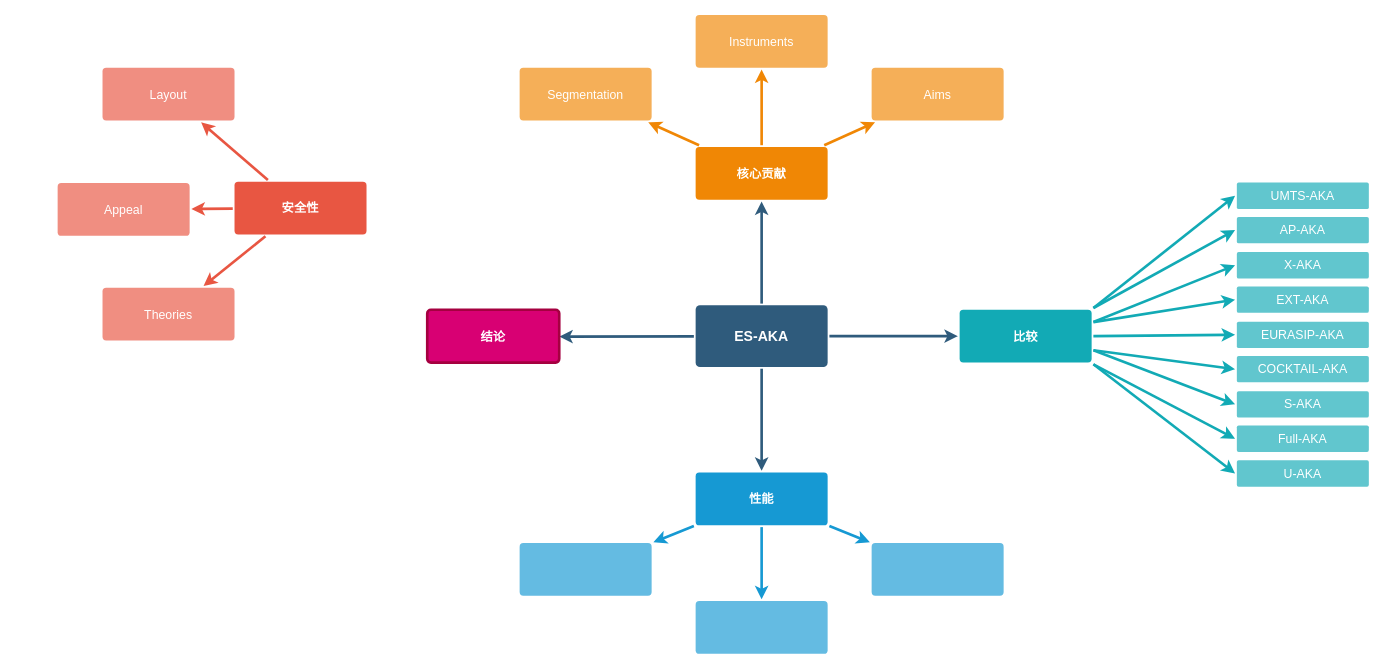
The draw.io diagram ES-AKA.drawio in cld4h/draw.io-documents, before the edit. Source tidied: cells renumbered, new cells numbered last; positions are measured from the earlier drawing's top-left corner, leaving out a move shared by most shapes. Both pictures are drawn from the tidied source at 88%, with x=0, y=0 at pixel (57, 14).
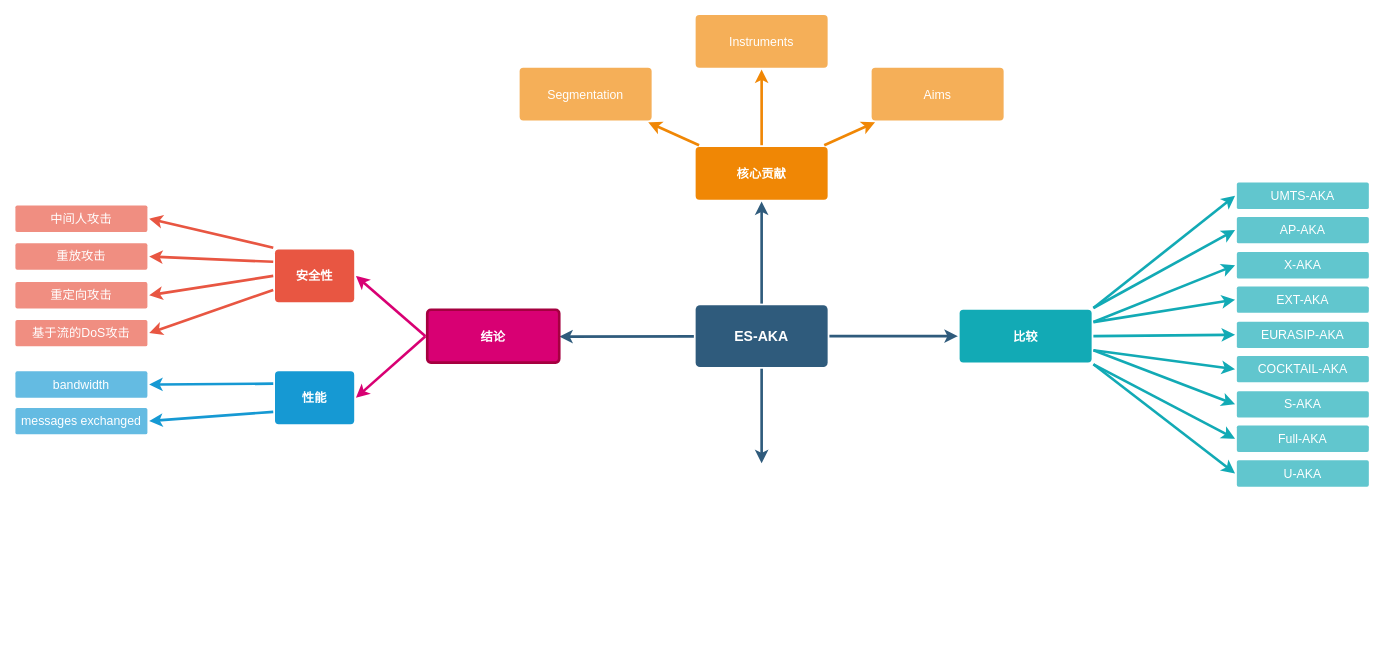
Above is the later version.

Unchanged cells that the change refers to:
```xml
<mxCell id="6" value="ES-AKA" style="rounded=1;whiteSpace=wrap;html=1;shadow=0;labelBackgroundColor=none;strokeColor=none;strokeWidth=3;fillColor=#2F5B7C;fontFamily=Helvetica;fontSize=16;fontColor=#FFFFFF;align=center;fontStyle=1;spacing=5;arcSize=7;perimeterSpacing=2;" parent="1" vertex="1">
  <mxGeometry x="725" y="330.5" width="150" height="70" as="geometry" />
</mxCell>
<mxCell id="37" value="结论" style="rounded=1;whiteSpace=wrap;html=1;shadow=0;labelBackgroundColor=none;strokeColor=#A50040;strokeWidth=3;fillColor=#d80073;fontFamily=Helvetica;fontSize=14;fontColor=#ffffff;align=center;spacing=5;fontStyle=1;arcSize=7;perimeterSpacing=2;" parent="1" vertex="1">
  <mxGeometry x="420" y="335.5" width="150" height="60" as="geometry" />
</mxCell>
```

What changed in the source:
```diff
@@
-    <mxCell id="4" style="edgeStyle=none;rounded=0;jumpStyle=none;html=1;shadow=0;labelBackgroundColor=none;startArrow=none;startFill=0;endArrow=classic;endFill=1;jettySize=auto;strokeColor=#2F5B7C;strokeWidth=3;fontFamily=Helvetica;fontSize=16;fontColor=#23445D;spacing=5;" parent="1" edge="1" source="6" target="17">
-      <mxGeometry relative="1" as="geometry" />
+    <mxCell id="4" style="edgeStyle=none;rounded=0;jumpStyle=none;html=1;shadow=0;labelBackgroundColor=none;startArrow=none;startFill=0;endArrow=classic;endFill=1;jettySize=auto;strokeColor=#2F5B7C;strokeWidth=3;fontFamily=Helvetica;fontSize=16;fontColor=#23445D;spacing=5;" parent="1" edge="1" source="6">
+      <mxGeometry relative="1" as="geometry">
+        <mxPoint x="800" y="510" as="targetPoint" />
+      </mxGeometry>
     </mxCell>
@@
-    <mxCell id="7" style="edgeStyle=none;rounded=1;jumpStyle=none;html=1;shadow=0;labelBackgroundColor=none;startArrow=none;startFill=0;jettySize=auto;strokeColor=#E85642;strokeWidth=3;fontFamily=Helvetica;fontSize=14;fontColor=#FFFFFF;spacing=5;fontStyle=1;fillColor=#b0e3e6;" parent="1" edge="1" source="10" target="13">
+    <mxCell id="7" style="edgeStyle=none;rounded=1;jumpStyle=none;html=1;shadow=0;labelBackgroundColor=none;startArrow=none;startFill=0;jettySize=auto;strokeColor=#E85642;strokeWidth=3;fontFamily=Helvetica;fontSize=14;fontColor=#FFFFFF;spacing=5;fontStyle=1;fillColor=#b0e3e6;exitX=0;exitY=0;exitDx=0;exitDy=0;entryX=1;entryY=0.5;entryDx=0;entryDy=0;" parent="1" edge="1" source="10" target="13">
       <mxGeometry relative="1" as="geometry" />
     </mxCell>
-    <mxCell id="8" style="edgeStyle=none;rounded=1;jumpStyle=none;html=1;shadow=0;labelBackgroundColor=none;startArrow=none;startFill=0;jettySize=auto;strokeColor=#E85642;strokeWidth=3;fontFamily=Helvetica;fontSize=14;fontColor=#FFFFFF;spacing=5;fontStyle=1;fillColor=#b0e3e6;" parent="1" edge="1" source="10" target="12">
+    <mxCell id="8" style="edgeStyle=none;rounded=1;jumpStyle=none;html=1;shadow=0;labelBackgroundColor=none;startArrow=none;startFill=0;jettySize=auto;strokeColor=#E85642;strokeWidth=3;fontFamily=Helvetica;fontSize=14;fontColor=#FFFFFF;spacing=5;fontStyle=1;fillColor=#b0e3e6;entryX=1;entryY=0.5;entryDx=0;entryDy=0;exitX=0;exitY=0.25;exitDx=0;exitDy=0;" parent="1" edge="1" source="10" target="12">
       <mxGeometry relative="1" as="geometry" />
     </mxCell>
-    <mxCell id="9" style="edgeStyle=none;rounded=1;jumpStyle=none;html=1;shadow=0;labelBackgroundColor=none;startArrow=none;startFill=0;jettySize=auto;strokeColor=#E85642;strokeWidth=3;fontFamily=Helvetica;fontSize=14;fontColor=#FFFFFF;spacing=5;fontStyle=1;fillColor=#b0e3e6;" parent="1" edge="1" source="10" target="11">
+    <mxCell id="9" style="edgeStyle=none;rounded=1;jumpStyle=none;html=1;shadow=0;labelBackgroundColor=none;startArrow=none;startFill=0;jettySize=auto;strokeColor=#E85642;strokeWidth=3;fontFamily=Helvetica;fontSize=14;fontColor=#FFFFFF;spacing=5;fontStyle=1;fillColor=#b0e3e6;exitX=0;exitY=0.5;exitDx=0;exitDy=0;entryX=1;entryY=0.5;entryDx=0;entryDy=0;" parent="1" edge="1" source="10" target="11">
       <mxGeometry relative="1" as="geometry" />
     </mxCell>
     <mxCell id="10" value="安全性" style="rounded=1;whiteSpace=wrap;html=1;shadow=0;labelBackgroundColor=none;strokeColor=none;strokeWidth=3;fillColor=#e85642;fontFamily=Helvetica;fontSize=14;fontColor=#FFFFFF;align=center;spacing=5;fontStyle=1;arcSize=7;perimeterSpacing=2;" parent="1" vertex="1">
-      <mxGeometry x="201" y="190" width="150" height="60" as="geometry" />
+      <mxGeometry x="247" y="267" width="90" height="60" as="geometry" />
     </mxCell>
-    <mxCell id="11" value="Theories" style="rounded=1;whiteSpace=wrap;html=1;shadow=0;labelBackgroundColor=none;strokeColor=none;strokeWidth=3;fillColor=#f08e81;fontFamily=Helvetica;fontSize=14;fontColor=#FFFFFF;align=center;spacing=5;fontStyle=0;arcSize=7;perimeterSpacing=2;" parent="1" vertex="1">
-      <mxGeometry x="51" y="310.5" width="150" height="60" as="geometry" />
+    <mxCell id="11" value="重定向攻击" style="rounded=1;whiteSpace=wrap;html=1;shadow=0;labelBackgroundColor=none;strokeColor=none;strokeWidth=3;fillColor=#f08e81;fontFamily=Helvetica;fontSize=14;fontColor=#FFFFFF;align=center;spacing=5;fontStyle=0;arcSize=7;perimeterSpacing=2;" parent="1" vertex="1">
+      <mxGeometry x="-48" y="304" width="150" height="30" as="geometry" />
     </mxCell>
-    <mxCell id="12" value="Appeal" style="rounded=1;whiteSpace=wrap;html=1;shadow=0;labelBackgroundColor=none;strokeColor=none;strokeWidth=3;fillColor=#f08e81;fontFamily=Helvetica;fontSize=14;fontColor=#FFFFFF;align=center;spacing=5;fontStyle=0;arcSize=7;perimeterSpacing=2;" parent="1" vertex="1">
-      <mxGeometry y="191.5" width="150" height="60" as="geometry" />
+    <mxCell id="12" value="重放攻击" style="rounded=1;whiteSpace=wrap;html=1;shadow=0;labelBackgroundColor=none;strokeColor=none;strokeWidth=3;fillColor=#f08e81;fontFamily=Helvetica;fontSize=14;fontColor=#FFFFFF;align=center;spacing=5;fontStyle=0;arcSize=7;perimeterSpacing=2;" parent="1" vertex="1">
+      <mxGeometry x="-48" y="260" width="150" height="30" as="geometry" />
     </mxCell>
-    <mxCell id="13" value="Layout" style="rounded=1;whiteSpace=wrap;html=1;shadow=0;labelBackgroundColor=none;strokeColor=none;strokeWidth=3;fillColor=#f08e81;fontFamily=Helvetica;fontSize=14;fontColor=#FFFFFF;align=center;spacing=5;fontStyle=0;arcSize=7;perimeterSpacing=2;" parent="1" vertex="1">
-      <mxGeometry x="51" y="60.5" width="150" height="60" as="geometry" />
+    <mxCell id="13" value="中间人攻击" style="rounded=1;whiteSpace=wrap;html=1;shadow=0;labelBackgroundColor=none;strokeColor=none;strokeWidth=3;fillColor=#f08e81;fontFamily=Helvetica;fontSize=14;fontColor=#FFFFFF;align=center;spacing=5;fontStyle=0;arcSize=7;perimeterSpacing=2;" parent="1" vertex="1">
+      <mxGeometry x="-48" y="217" width="150" height="30" as="geometry" />
     </mxCell>
-    <mxCell id="14" style="edgeStyle=none;rounded=0;jumpStyle=none;html=1;shadow=0;labelBackgroundColor=none;startArrow=none;startFill=0;endArrow=classic;endFill=1;jettySize=auto;strokeColor=#1699D3;strokeWidth=3;fontFamily=Helvetica;fontSize=14;fontColor=#FFFFFF;spacing=5;" parent="1" edge="1" source="17" target="20">
+    <mxCell id="14" style="edgeStyle=none;rounded=0;jumpStyle=none;html=1;shadow=0;labelBackgroundColor=none;startArrow=none;startFill=0;endArrow=classic;endFill=1;jettySize=auto;strokeColor=#1699D3;strokeWidth=3;fontFamily=Helvetica;fontSize=14;fontColor=#FFFFFF;spacing=5;entryX=1;entryY=0.5;entryDx=0;entryDy=0;exitX=0;exitY=0.25;exitDx=0;exitDy=0;" parent="1" edge="1" source="17" target="20">
       <mxGeometry relative="1" as="geometry" />
     </mxCell>
-    <mxCell id="15" style="edgeStyle=none;rounded=0;jumpStyle=none;html=1;shadow=0;labelBackgroundColor=none;startArrow=none;startFill=0;endArrow=classic;endFill=1;jettySize=auto;strokeColor=#1699D3;strokeWidth=3;fontFamily=Helvetica;fontSize=14;fontColor=#FFFFFF;spacing=5;" parent="1" edge="1" source="17" target="19">
-      <mxGeometry relative="1" as="geometry" />
-    </mxCell>
-    <mxCell id="16" style="edgeStyle=none;rounded=0;jumpStyle=none;html=1;shadow=0;labelBackgroundColor=none;startArrow=none;startFill=0;endArrow=classic;endFill=1;jettySize=auto;strokeColor=#1699D3;strokeWidth=3;fontFamily=Helvetica;fontSize=14;fontColor=#FFFFFF;spacing=5;" parent="1" edge="1" source="17" target="18">
+    <mxCell id="16" style="edgeStyle=none;rounded=0;jumpStyle=none;html=1;shadow=0;labelBackgroundColor=none;startArrow=none;startFill=0;endArrow=classic;endFill=1;jettySize=auto;strokeColor=#1699D3;strokeWidth=3;fontFamily=Helvetica;fontSize=14;fontColor=#FFFFFF;spacing=5;entryX=1;entryY=0.5;entryDx=0;entryDy=0;exitX=0;exitY=0.75;exitDx=0;exitDy=0;" parent="1" edge="1" source="17" target="18">
       <mxGeometry relative="1" as="geometry" />
     </mxCell>
     <mxCell id="17" value="性能" style="rounded=1;whiteSpace=wrap;html=1;shadow=0;labelBackgroundColor=none;strokeColor=none;strokeWidth=3;fillColor=#1699d3;fontFamily=Helvetica;fontSize=14;fontColor=#FFFFFF;align=center;spacing=5;fontStyle=1;arcSize=7;perimeterSpacing=2;" parent="1" vertex="1">
-      <mxGeometry x="725" y="520.5" width="150" height="60" as="geometry" />
+      <mxGeometry x="247" y="405.5" width="90" height="60" as="geometry" />
     </mxCell>
-    <mxCell id="18" style="rounded=1;whiteSpace=wrap;html=1;shadow=0;labelBackgroundColor=none;strokeColor=none;strokeWidth=3;fillColor=#64bbe2;fontFamily=Helvetica;fontSize=14;fontColor=#FFFFFF;align=center;spacing=5;arcSize=7;perimeterSpacing=2;" parent="1" vertex="1">
-      <mxGeometry x="925" y="600.5" width="150" height="60" as="geometry" />
+    <mxCell id="18" value="messages exchanged" style="rounded=1;whiteSpace=wrap;html=1;shadow=0;labelBackgroundColor=none;strokeColor=none;strokeWidth=3;fillColor=#64bbe2;fontFamily=Helvetica;fontSize=14;fontColor=#FFFFFF;align=center;spacing=5;arcSize=7;perimeterSpacing=2;" parent="1" vertex="1">
+      <mxGeometry x="-48" y="447" width="150" height="30" as="geometry" />
     </mxCell>
-    <mxCell id="19" style="rounded=1;whiteSpace=wrap;html=1;shadow=0;labelBackgroundColor=none;strokeColor=none;strokeWidth=3;fillColor=#64bbe2;fontFamily=Helvetica;fontSize=14;fontColor=#FFFFFF;align=center;spacing=5;arcSize=7;perimeterSpacing=2;" parent="1" vertex="1">
-      <mxGeometry x="725" y="666.5" width="150" height="60" as="geometry" />
-    </mxCell>
-    <mxCell id="20" style="rounded=1;whiteSpace=wrap;html=1;shadow=0;labelBackgroundColor=none;strokeColor=none;strokeWidth=3;fillColor=#64bbe2;fontFamily=Helvetica;fontSize=14;fontColor=#FFFFFF;align=center;spacing=5;arcSize=7;perimeterSpacing=2;" parent="1" vertex="1">
-      <mxGeometry x="525" y="600.5" width="150" height="60" as="geometry" />
+    <mxCell id="20" value="&lt;span&gt;bandwidth&lt;/span&gt;" style="rounded=1;whiteSpace=wrap;html=1;shadow=0;labelBackgroundColor=none;strokeColor=none;strokeWidth=3;fillColor=#64bbe2;fontFamily=Helvetica;fontSize=14;fontColor=#FFFFFF;align=center;spacing=5;arcSize=7;perimeterSpacing=2;" parent="1" vertex="1">
+      <mxGeometry x="-48" y="405.5" width="150" height="30" as="geometry" />
     </mxCell>
@@
+    <mxCell id="48" value="基于流的DoS攻击" style="rounded=1;whiteSpace=wrap;html=1;shadow=0;labelBackgroundColor=none;strokeColor=none;strokeWidth=3;fillColor=#f08e81;fontFamily=Helvetica;fontSize=14;fontColor=#FFFFFF;align=center;spacing=5;fontStyle=0;arcSize=7;perimeterSpacing=2;" parent="1" vertex="1">
+      <mxGeometry x="-48" y="347" width="150" height="30" as="geometry" />
+    </mxCell>
+    <mxCell id="49" style="edgeStyle=none;rounded=1;jumpStyle=none;html=1;shadow=0;labelBackgroundColor=none;startArrow=none;startFill=0;jettySize=auto;strokeColor=#E85642;strokeWidth=3;fontFamily=Helvetica;fontSize=14;fontColor=#FFFFFF;spacing=5;fontStyle=1;fillColor=#b0e3e6;exitX=0;exitY=0.75;exitDx=0;exitDy=0;entryX=1;entryY=0.5;entryDx=0;entryDy=0;" parent="1" edge="1" source="10" target="48">
+      <mxGeometry relative="1" as="geometry" />
+    </mxCell>
+    <mxCell id="50" style="edgeStyle=none;rounded=0;jumpStyle=none;html=1;shadow=0;labelBackgroundColor=none;startArrow=none;startFill=0;endArrow=classic;endFill=1;jettySize=auto;strokeWidth=3;fontFamily=Helvetica;fontSize=14;fontColor=#FFFFFF;spacing=5;entryX=1;entryY=0.5;entryDx=0;entryDy=0;exitX=0;exitY=0.5;exitDx=0;exitDy=0;strokeColor=#D80073;" parent="1" edge="1" source="37" target="10">
+      <mxGeometry relative="1" as="geometry" />
+    </mxCell>
+    <mxCell id="51" style="edgeStyle=none;rounded=0;jumpStyle=none;html=1;shadow=0;labelBackgroundColor=none;startArrow=none;startFill=0;endArrow=classic;endFill=1;jettySize=auto;strokeWidth=3;fontFamily=Helvetica;fontSize=14;fontColor=#FFFFFF;spacing=5;entryX=1;entryY=0.5;entryDx=0;entryDy=0;exitX=0;exitY=0.5;exitDx=0;exitDy=0;strokeColor=#D80073;" parent="1" edge="1" source="37" target="17">
+      <mxGeometry relative="1" as="geometry" />
+    </mxCell>
```
